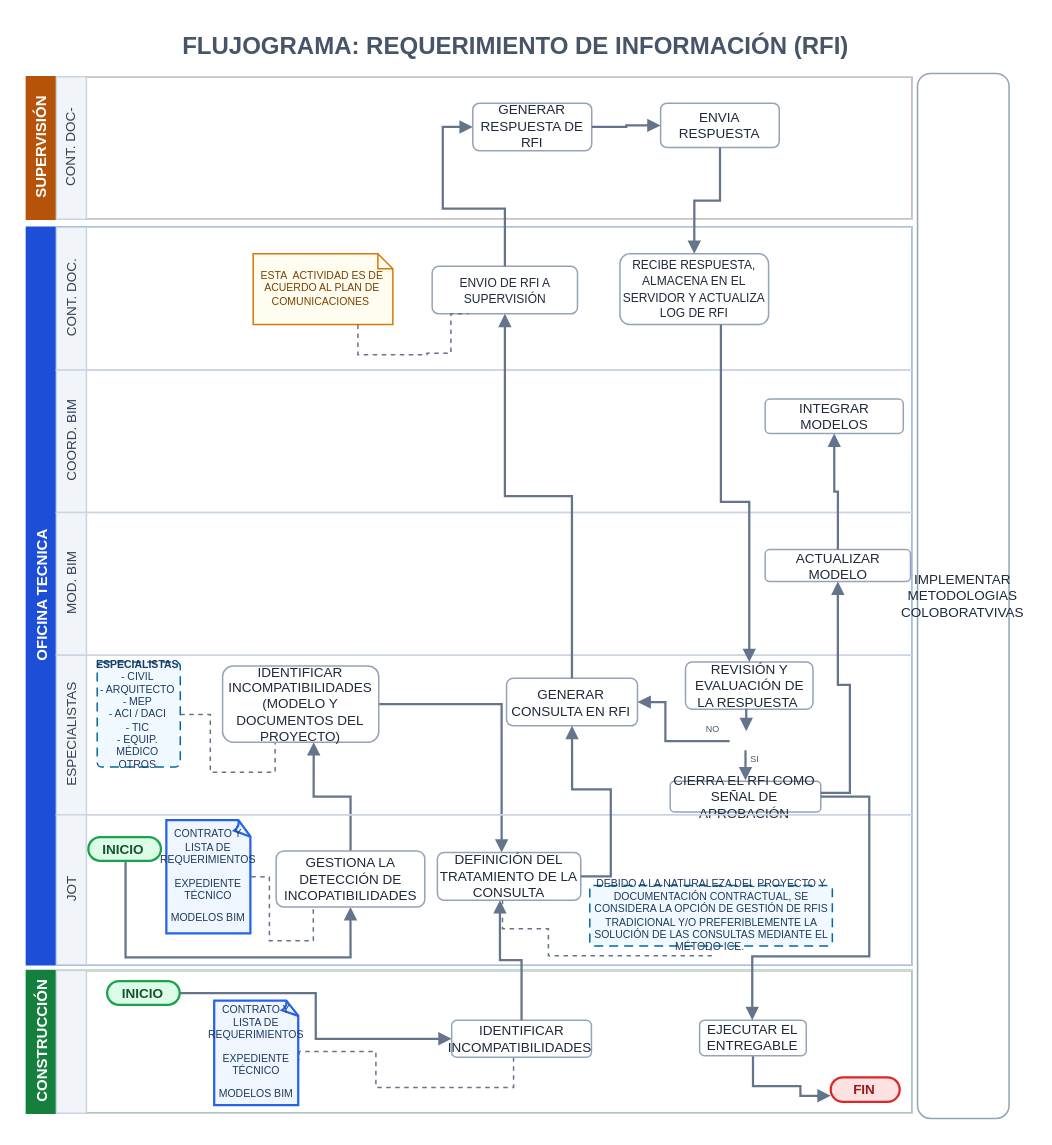
Earlier version of the draw.io diagram flujogramas_v2/Flujo_RFI_2026_revA.drawio (ehchavezm-hub/15-otazangaro). Source tidied: cells renumbered, new cells numbered last; positions are measured from the earlier drawing's top-left corner, leaving out a move shared by most shapes. Both pictures are drawn from the tidied source at 150%, with x=0, y=0 at pixel (26, 26).
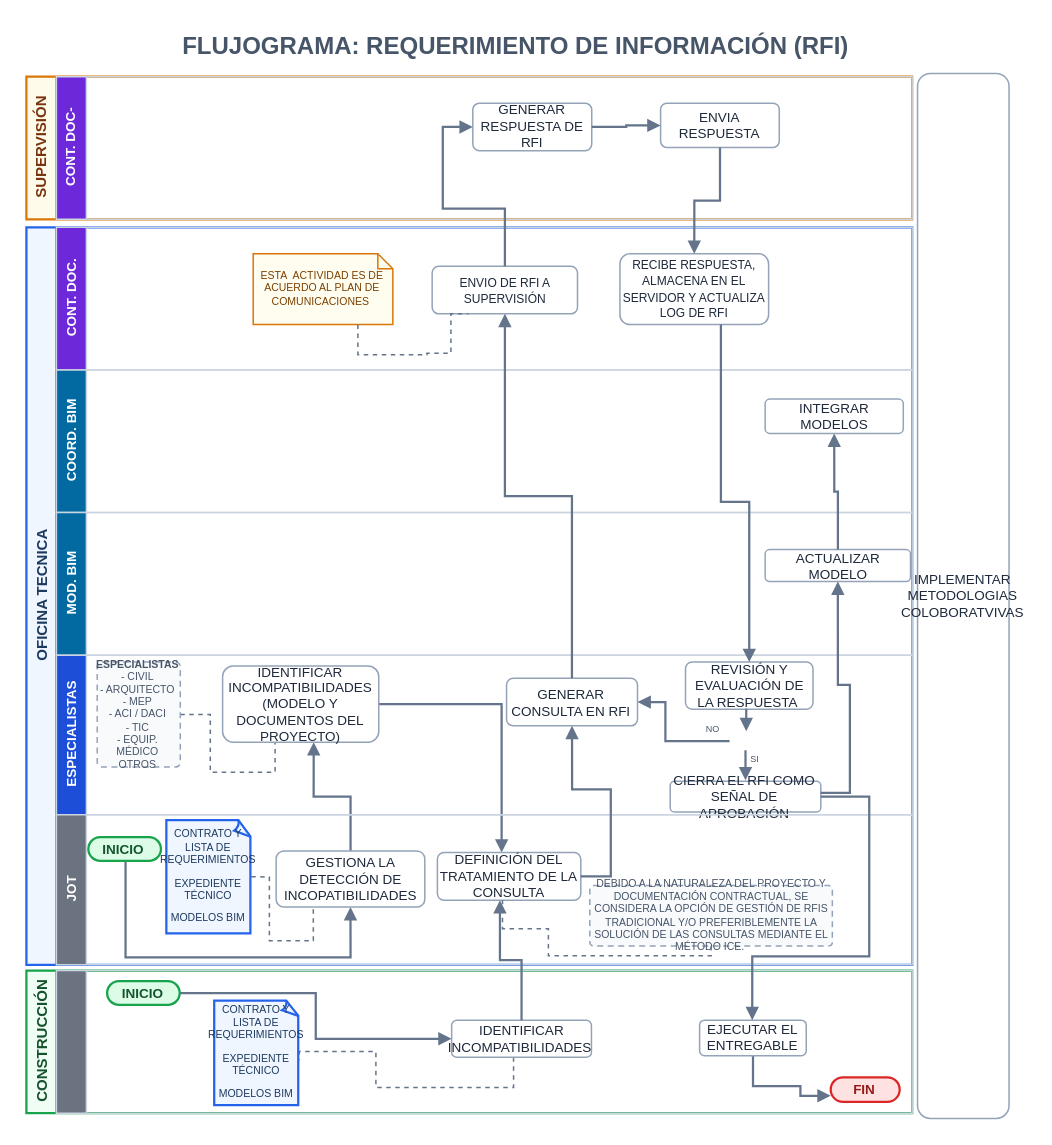
The same page after the edit.

Change to the diagram source:
```diff
@@
-    <mxCell id="2" value="SUPERVISIÓN" style="swimlane;startFill=1;horizontal=0;startSize=20;html=1;fillColor=#B45309;strokeColor=#B45309;fontColor=#FFFFFF;fontFamily=Helvetica;fontSize=10;fontStyle=1;swimlaneLine=1;" parent="1" vertex="1">
+    <mxCell id="2" value="SUPERVISIÓN" style="swimlane;startFill=0;horizontal=0;startSize=20;html=1;swimlaneLine=1;fillColor=#FFFBEB;strokeColor=#D97706;strokeWidth=1.5;fontColor=#78350F;fontFamily=Helvetica;fontSize=10;fontStyle=1;" parent="1" vertex="1">
       <mxGeometry x="0.1" y="33.6" width="590.5" height="95.1" as="geometry" />
     </mxCell>
-    <mxCell id="3" value="CONT. DOC-" style="swimlane;startFill=1;swimlaneLine=1;startSize=20;horizontal=0;html=1;fillColor=#F1F5F9;strokeColor=#CBD5E1;fontColor=#334155;fontFamily=Helvetica;fontSize=9;fontStyle=0;" parent="2" vertex="1">
+    <mxCell id="3" value="CONT. DOC-" style="swimlane;startFill=1;swimlaneLine=1;startSize=20;horizontal=0;html=1;fillColor=#6D28D9;strokeColor=#CBD5E1;fontColor=#FFFFFF;fontFamily=Helvetica;fontSize=9;fontStyle=1;" parent="2" vertex="1">
       <mxGeometry x="20" width="570.5" height="95.1" as="geometry" />
     </mxCell>
@@
-    <mxCell id="7" value="OFICINA TECNICA" style="swimlane;startFill=1;horizontal=0;startSize=20;html=1;fillColor=#1D4ED8;strokeColor=#1D4ED8;fontColor=#FFFFFF;fontFamily=Helvetica;fontSize=10;fontStyle=1;swimlaneLine=1;" parent="1" vertex="1">
+    <mxCell id="7" value="OFICINA TECNICA" style="swimlane;startFill=0;horizontal=0;startSize=20;html=1;swimlaneLine=1;fillColor=#EFF6FF;strokeColor=#2563EB;strokeWidth=1.5;fontColor=#1E3A5F;fontFamily=Helvetica;fontSize=10;fontStyle=1;" parent="1" vertex="1">
       <mxGeometry x="0.1" y="134" width="590.5" height="491.7" as="geometry" />
     </mxCell>
-    <mxCell id="8" value="CONT. DOC." style="swimlane;startFill=1;swimlaneLine=1;startSize=20;horizontal=0;html=1;fillColor=#F1F5F9;strokeColor=#CBD5E1;fontColor=#334155;fontFamily=Helvetica;fontSize=9;fontStyle=0;" parent="7" vertex="1">
+    <mxCell id="8" value="CONT. DOC." style="swimlane;startFill=1;swimlaneLine=1;startSize=20;horizontal=0;html=1;fillColor=#6D28D9;strokeColor=#CBD5E1;fontColor=#FFFFFF;fontFamily=Helvetica;fontSize=9;fontStyle=1;" parent="7" vertex="1">
       <mxGeometry x="20" width="570.5" height="95.1" as="geometry" />
     </mxCell>
@@
-    <mxCell id="13" value="COORD. BIM" style="swimlane;startFill=1;swimlaneLine=1;startSize=20;horizontal=0;html=1;fillColor=#F1F5F9;strokeColor=#CBD5E1;fontColor=#334155;fontFamily=Helvetica;fontSize=9;fontStyle=0;" parent="7" vertex="1">
+    <mxCell id="13" value="COORD. BIM" style="swimlane;startFill=1;swimlaneLine=1;startSize=20;horizontal=0;html=1;fillColor=#0369A1;strokeColor=#CBD5E1;fontColor=#FFFFFF;fontFamily=Helvetica;fontSize=9;fontStyle=1;" parent="7" vertex="1">
       <mxGeometry x="20" y="95.1" width="570.5" height="95.1" as="geometry" />
     </mxCell>
@@
-    <mxCell id="15" value="MOD. BIM" style="swimlane;startFill=1;swimlaneLine=1;startSize=20;horizontal=0;html=1;fillColor=#F1F5F9;strokeColor=#CBD5E1;fontColor=#334155;fontFamily=Helvetica;fontSize=9;fontStyle=0;" parent="7" vertex="1">
+    <mxCell id="15" value="MOD. BIM" style="swimlane;startFill=1;swimlaneLine=1;startSize=20;horizontal=0;html=1;fillColor=#0369A1;strokeColor=#CBD5E1;fontColor=#FFFFFF;fontFamily=Helvetica;fontSize=9;fontStyle=1;" parent="7" vertex="1">
       <mxGeometry x="20" y="190.2" width="570.5" height="95.1" as="geometry" />
     </mxCell>
@@
-    <mxCell id="19" value="ESPECIALISTAS" style="swimlane;startFill=1;swimlaneLine=1;startSize=20;horizontal=0;html=1;fillColor=#F1F5F9;strokeColor=#CBD5E1;fontColor=#334155;fontFamily=Helvetica;fontSize=9;fontStyle=0;" parent="7" vertex="1">
+    <mxCell id="19" value="ESPECIALISTAS" style="swimlane;startFill=1;swimlaneLine=1;startSize=20;horizontal=0;html=1;fillColor=#1D4ED8;strokeColor=#CBD5E1;fontColor=#FFFFFF;fontFamily=Helvetica;fontSize=9;fontStyle=1;" parent="7" vertex="1">
       <mxGeometry x="20" y="285.4" width="570.5" height="106.3" as="geometry" />
     </mxCell>
@@
-    <mxCell id="21" value="&lt;div&gt;&lt;b&gt;ESPECIALISTAS&lt;/b&gt;&lt;/div&gt;&lt;span&gt;- CIVIL&lt;/span&gt;&lt;div&gt;- ARQUITECTO&lt;/div&gt;&lt;div&gt;- MEP&lt;/div&gt;&lt;div&gt;- ACI / DACI&lt;/div&gt;&lt;div&gt;- TIC&lt;/div&gt;&lt;div&gt;- EQUIP. MÉDICO&lt;/div&gt;&lt;div&gt;OTROS&lt;/div&gt;" style="rounded=1;arcSize=6;whiteSpace=wrap;html=1;dashed=1;dashPattern=6 4;fontFamily=Helvetica;fontSize=7;fontStyle=0;fillColor=#F0F9FF;strokeColor=#0369A1;fontColor=#1E3A5F;strokeWidth=1;" parent="19" vertex="1">
+    <mxCell id="21" value="&lt;div&gt;&lt;b&gt;ESPECIALISTAS&lt;/b&gt;&lt;/div&gt;&lt;span&gt;- CIVIL&lt;/span&gt;&lt;div&gt;- ARQUITECTO&lt;/div&gt;&lt;div&gt;- MEP&lt;/div&gt;&lt;div&gt;- ACI / DACI&lt;/div&gt;&lt;div&gt;- TIC&lt;/div&gt;&lt;div&gt;- EQUIP. MÉDICO&lt;/div&gt;&lt;div&gt;OTROS&lt;/div&gt;" style="rounded=1;arcSize=6;whiteSpace=wrap;html=1;dashed=1;dashPattern=4 3;fontFamily=Helvetica;fontSize=7;fontStyle=0;fillColor=#F8FAFC;strokeColor=#94A3B8;fontColor=#475569;strokeWidth=1;" parent="19" vertex="1">
       <mxGeometry x="27.2" y="4.4" width="55.4" height="70.1" as="geometry" />
     </mxCell>
@@
-    <mxCell id="31" value="JOT" style="swimlane;startFill=1;swimlaneLine=1;startSize=20;horizontal=0;html=1;fillColor=#F1F5F9;strokeColor=#CBD5E1;fontColor=#334155;fontFamily=Helvetica;fontSize=9;fontStyle=0;" parent="7" vertex="1">
+    <mxCell id="31" value="JOT" style="swimlane;startFill=1;swimlaneLine=1;startSize=20;horizontal=0;html=1;fillColor=#6B7280;strokeColor=#CBD5E1;fontColor=#FFFFFF;fontFamily=Helvetica;fontSize=9;fontStyle=1;" parent="7" vertex="1">
       <mxGeometry x="20" y="391.7" width="570.5" height="100" as="geometry" />
     </mxCell>
@@
-    <mxCell id="37" value="&lt;p class=&quot;MsoNormal&quot;&gt;DEBIDO A LA NATURALEZA DEL PROYECTO Y DOCUMENTACIÓN CONTRACTUAL, SE CONSIDERA LA OPCIÓN DE GESTIÓN DE RFIS TRADICIONAL Y/O PREFERIBLEMENTE LA SOLUCIÓN DE LAS CONSULTAS MEDIANTE EL MÉTODO ICE.&amp;nbsp;&lt;/p&gt;" style="rounded=1;arcSize=6;whiteSpace=wrap;html=1;dashed=1;dashPattern=6 4;fontFamily=Helvetica;fontSize=7;fontStyle=0;fillColor=#F0F9FF;strokeColor=#0369A1;fontColor=#1E3A5F;strokeWidth=1;" parent="31" vertex="1">
+    <mxCell id="37" value="&lt;p class=&quot;MsoNormal&quot;&gt;DEBIDO A LA NATURALEZA DEL PROYECTO Y DOCUMENTACIÓN CONTRACTUAL, SE CONSIDERA LA OPCIÓN DE GESTIÓN DE RFIS TRADICIONAL Y/O PREFERIBLEMENTE LA SOLUCIÓN DE LAS CONSULTAS MEDIANTE EL MÉTODO ICE.&amp;nbsp;&lt;/p&gt;" style="rounded=1;arcSize=6;whiteSpace=wrap;html=1;dashed=1;dashPattern=4 3;fontFamily=Helvetica;fontSize=7;fontStyle=0;fillColor=#F8FAFC;strokeColor=#94A3B8;fontColor=#475569;strokeWidth=1;" parent="31" vertex="1">
       <mxGeometry x="355.6" y="47.2" width="161.7" height="40.2" as="geometry" />
     </mxCell>
@@
-    <mxCell id="49" value="CONSTRUCCIÓN" style="swimlane;startFill=1;horizontal=0;startSize=20;html=1;fillColor=#15803D;strokeColor=#15803D;fontColor=#FFFFFF;fontFamily=Helvetica;fontSize=10;fontStyle=1;swimlaneLine=1;" parent="1" vertex="1">
+    <mxCell id="49" value="CONSTRUCCIÓN" style="swimlane;startFill=0;horizontal=0;startSize=20;html=1;swimlaneLine=1;fillColor=#F0FDF4;strokeColor=#16A34A;strokeWidth=1.5;fontColor=#14532D;fontFamily=Helvetica;fontSize=10;fontStyle=1;" parent="1" vertex="1">
       <mxGeometry x="0.1" y="629.5" width="590.5" height="95.1" as="geometry" />
     </mxCell>
-    <mxCell id="50" style="swimlane;startFill=1;swimlaneLine=1;startSize=20;horizontal=0;html=1;fillColor=#F1F5F9;strokeColor=#CBD5E1;fontColor=#334155;fontFamily=Helvetica;fontSize=9;fontStyle=0;" parent="49" vertex="1">
+    <mxCell id="50" style="swimlane;startFill=1;swimlaneLine=1;startSize=20;horizontal=0;html=1;fillColor=#6B7280;strokeColor=#CBD5E1;fontColor=#FFFFFF;fontFamily=Helvetica;fontSize=9;fontStyle=1;" parent="49" vertex="1">
       <mxGeometry x="20" width="570.5" height="95.1" as="geometry" />
     </mxCell>
```
